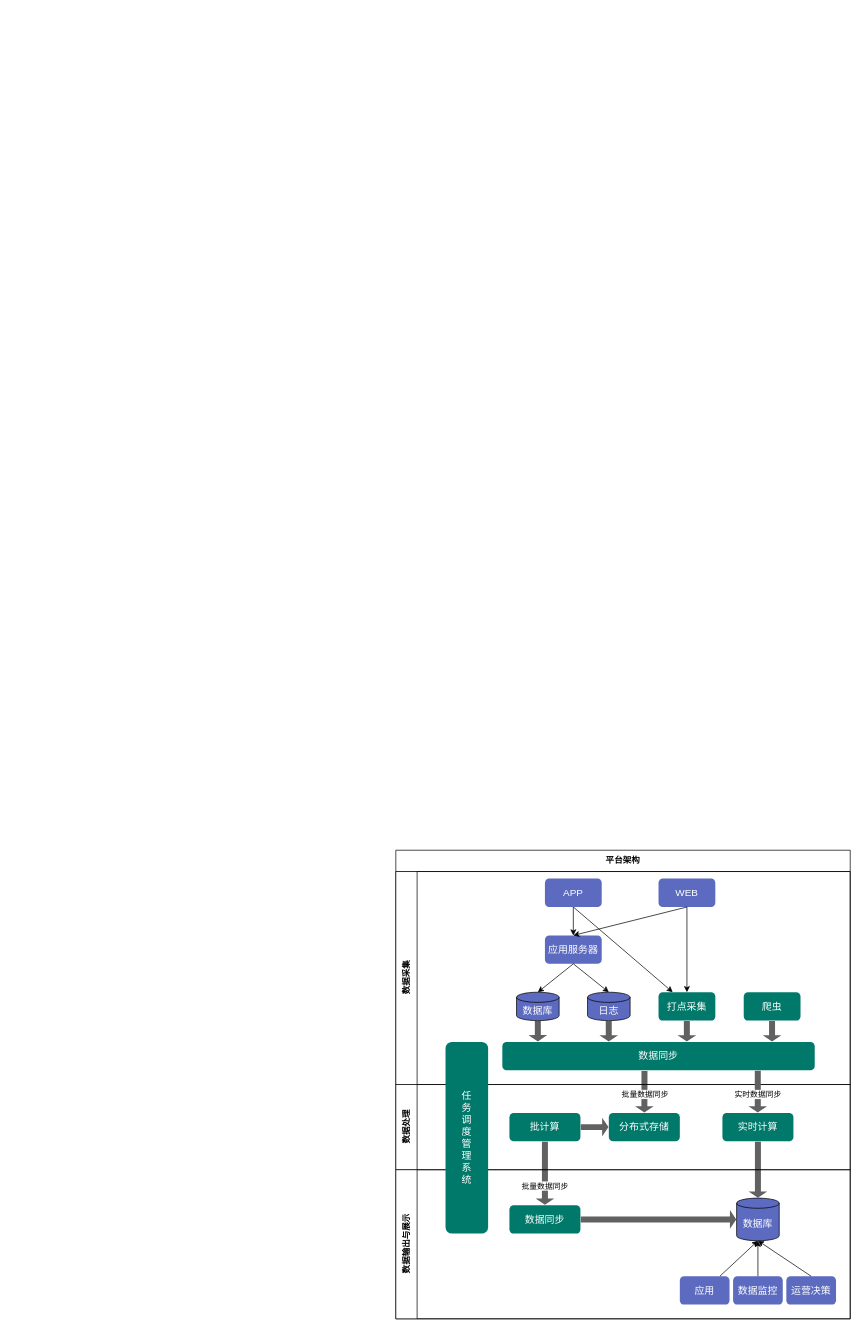
Before: page "典型架构" (4 of 4) of drawio/bigdata-architecture.drawio in mqjd/assets, a draw.io diagram. Source tidied: cells renumbered, new cells numbered last; positions are measured from the earlier drawing's top-left corner, leaving out a move shared by most shapes. Both pictures are drawn from the tidied source at 71%, with x=0, y=0 at pixel (395, 850).
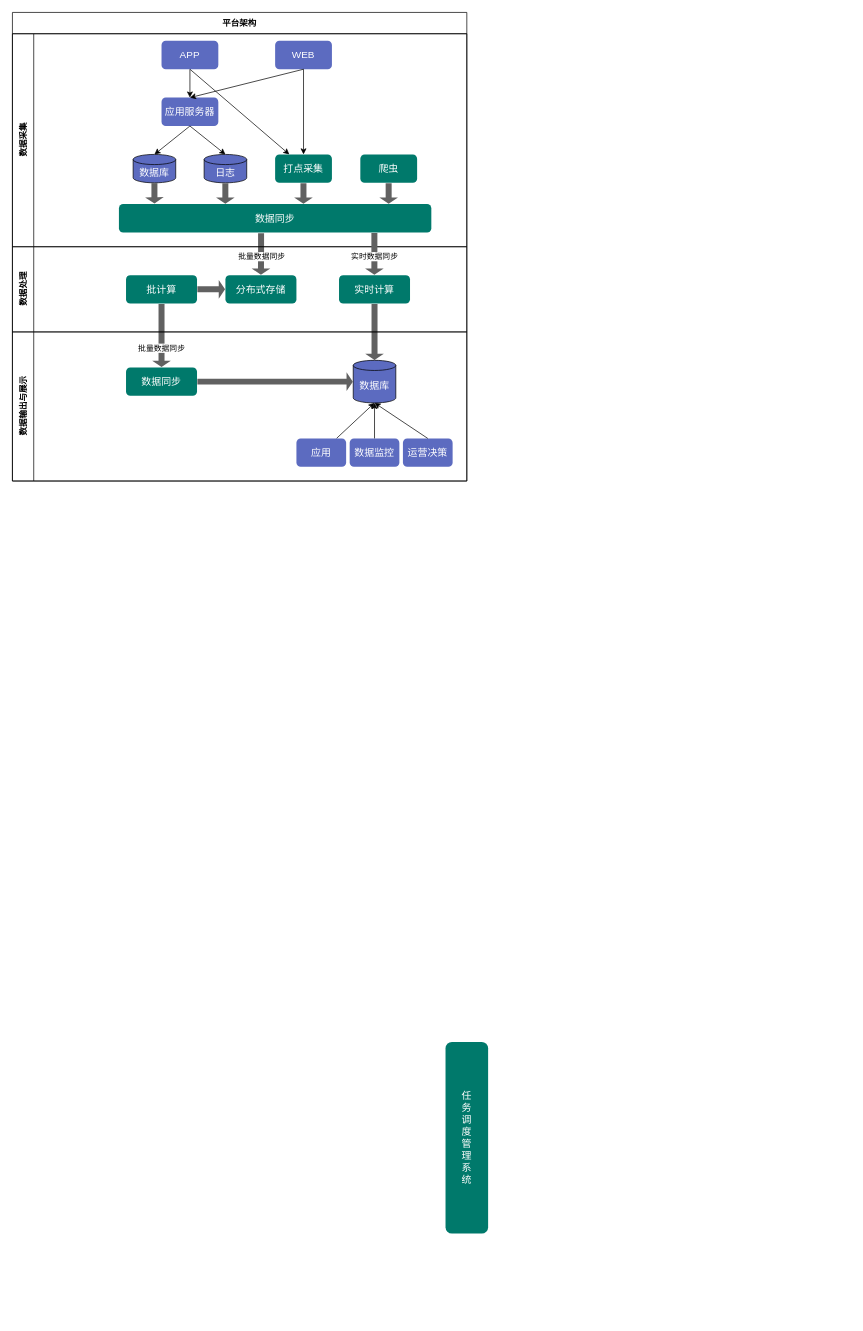
After the change.

Diff of the diagram source:
```diff
@@
-    <mxCell id="2" value="平台架构" style="swimlane;html=1;horizontal=1;startSize=30;whiteSpace=wrap;" parent="1" vertex="1">
-      <mxGeometry width="640" height="660" as="geometry" />
+    <mxCell id="2" value="平台架构" style="swimlane;html=1;horizontal=1;startSize=30;whiteSpace=wrap;fillColor=none;" parent="1" vertex="1">
+      <mxGeometry x="-540" y="-1180" width="640" height="660" as="geometry" />
     </mxCell>
@@
-    <mxCell id="8" value="数据采集" style="swimlane;html=1;startSize=30;horizontal=0;" parent="2" vertex="1">
+    <mxCell id="8" value="数据采集" style="swimlane;html=1;startSize=30;horizontal=0;fillColor=none;" parent="2" vertex="1">
       <mxGeometry y="30" width="640" height="300" as="geometry" />
     </mxCell>
@@
-    <mxCell id="27" value="数据处理" style="swimlane;html=1;startSize=30;horizontal=0;" parent="2" vertex="1">
+    <mxCell id="27" value="数据处理" style="swimlane;html=1;startSize=30;horizontal=0;fillColor=none;" parent="2" vertex="1">
       <mxGeometry y="330" width="640" height="120" as="geometry" />
     </mxCell>
@@
-    <mxCell id="34" value="数据输出与展示" style="swimlane;html=1;startSize=30;horizontal=0;" parent="2" vertex="1">
+    <mxCell id="34" value="数据输出与展示" style="swimlane;html=1;startSize=30;horizontal=0;fillColor=none;" parent="2" vertex="1">
       <mxGeometry y="450" width="640" height="210" as="geometry" />
     </mxCell>
```
